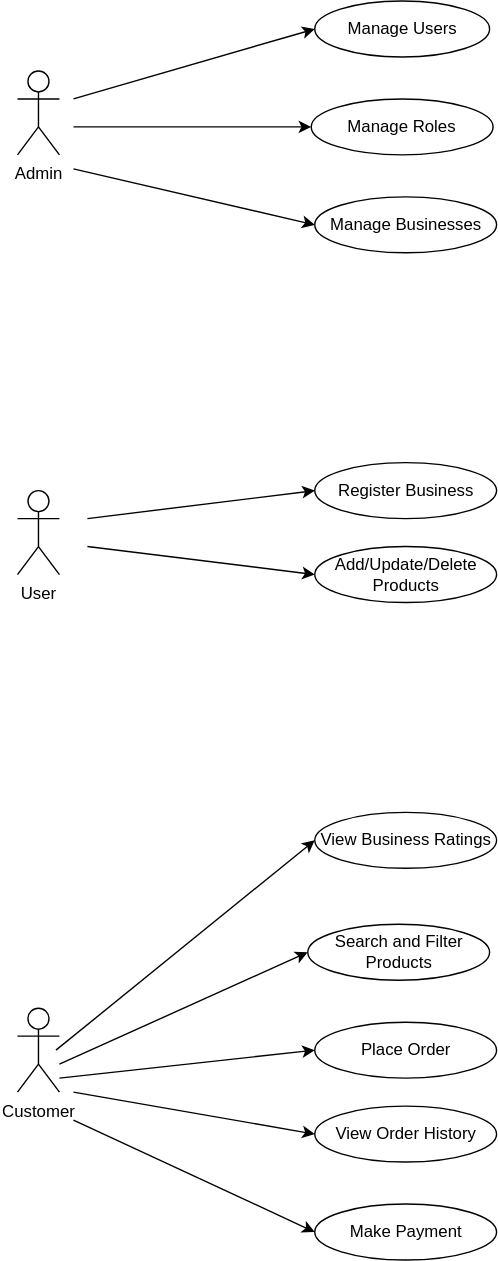
Before: UseCaseDiagram.svg, a diagram exported from draw.io (NikhilRameshHegde/CapstoneDocumentation). Source tidied: cells renumbered, new cells last; positions are measured from the earlier drawing's top-left corner, leaving out a move shared by most shapes.
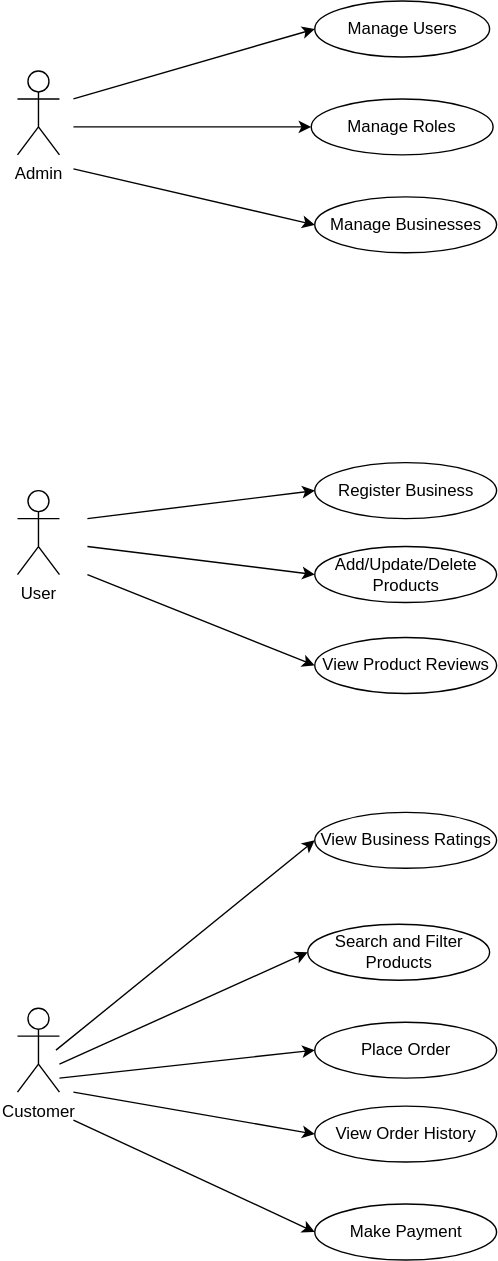
The same diagram one commit later.

What changed in the source:
```diff
@@ -91,5 +91,13 @@
         <mxPoint x="40" y="800" as="sourcePoint" />
       </mxGeometry>
     </mxCell>
+    <mxCell id="25" value="View Product Reviews" style="ellipse;whiteSpace=wrap;html=1;" parent="1" vertex="1">
+      <mxGeometry x="212.5" y="455" width="130" height="40" as="geometry" />
+    </mxCell>
+    <mxCell id="26" style="endArrow=classic;html=1;rounded=0;entryX=0;entryY=0.5;entryDx=0;entryDy=0;" parent="1" edge="1" target="25">
+      <mxGeometry relative="1" as="geometry">
+        <mxPoint x="50" y="410" as="sourcePoint" />
+      </mxGeometry>
+    </mxCell>
   </root>
 </mxGraphModel>
```
